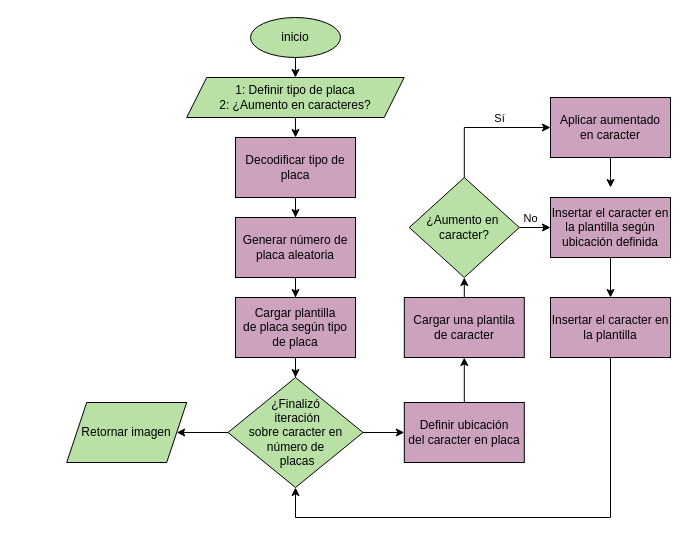
This is doc/cap1/dibujos/generacion-de-imagen-sintetica.drawio from jcorea510/TFG-ANPR, a draw.io file, before an edit. Source tidied: cells renumbered, new cells numbered last; positions are measured from the earlier drawing's top-left corner, leaving out a move shared by most shapes. Both pictures are drawn from the tidied source at 100%, with x=0, y=0 at pixel (66, 17).
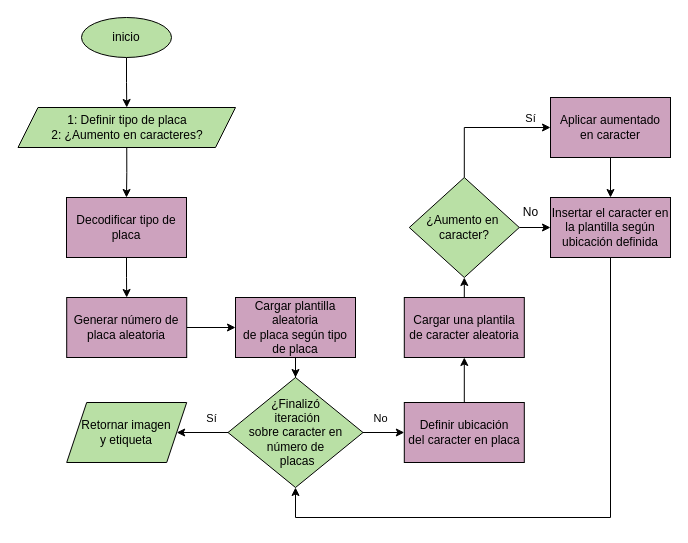
Above is the later version.

The change refers to these unchanged cells:
```xml
<mxCell id="10" style="edgeStyle=orthogonalEdgeStyle;rounded=0;jettySize=auto;html=1;entryX=0;entryY=0.5;entryDx=0;entryDy=0;fontColor=#000000;" parent="1" edge="1" source="12" target="14">
  <mxGeometry relative="1" as="geometry" />
</mxCell>
<mxCell id="11" style="edgeStyle=orthogonalEdgeStyle;rounded=0;jettySize=auto;html=1;entryX=1;entryY=0.5;entryDx=0;entryDy=0;fontColor=#000000;" parent="1" edge="1" source="12" target="30">
  <mxGeometry relative="1" as="geometry" />
</mxCell>
<mxCell id="12" value="¿Finalizó&lt;div&gt;&amp;nbsp;iteración&lt;div&gt;&amp;nbsp;sobre caracter en&amp;nbsp;&lt;/div&gt;&lt;div&gt;número de&lt;/div&gt;&lt;div&gt;&amp;nbsp;placas&lt;/div&gt;&lt;/div&gt;" style="rhombus;whiteSpace=wrap;html=1;fontColor=#000000;fillColor=#B9E0A5;strokeColor=#000000;" parent="1" vertex="1">
  <mxGeometry x="161.5" y="360" width="135" height="110" as="geometry" />
</mxCell>
<mxCell id="20" value="Insertar el caracter en la plantilla según ubicación definida" style="rounded=0;whiteSpace=wrap;html=1;fontColor=#000000;fillColor=#CDA2BE;strokeColor=#000000;" parent="1" vertex="1">
  <mxGeometry x="484" y="180" width="120" height="60" as="geometry" />
</mxCell>
<mxCell id="21" style="edgeStyle=orthogonalEdgeStyle;rounded=0;jettySize=auto;html=1;entryX=0;entryY=0.5;entryDx=0;entryDy=0;exitX=0.5;exitY=0;exitDx=0;exitDy=0;fontColor=#000000;" parent="1" edge="1" source="25" target="27">
  <mxGeometry relative="1" as="geometry" />
</mxCell>
<mxCell id="23" style="edgeStyle=orthogonalEdgeStyle;rounded=0;jettySize=auto;html=1;entryX=0;entryY=0.5;entryDx=0;entryDy=0;fontColor=#000000;" parent="1" edge="1" source="25" target="20">
  <mxGeometry relative="1" as="geometry" />
</mxCell>
<mxCell id="27" value="Aplicar aumentado&lt;div&gt;en caracter&lt;/div&gt;" style="rounded=0;whiteSpace=wrap;html=1;fontColor=#000000;fillColor=#CDA2BE;strokeColor=#000000;" parent="1" vertex="1">
  <mxGeometry x="484" y="80" width="120" height="60" as="geometry" />
</mxCell>
```

The edit, as a diff of the source:
```diff
@@
     <mxCell id="3" value="inicio" style="ellipse;whiteSpace=wrap;html=1;fontColor=#000000;fillColor=#B9E0A5;strokeColor=#000000;" parent="1" vertex="1">
-      <mxGeometry x="184" width="90" height="40" as="geometry" />
+      <mxGeometry x="15" width="90" height="40" as="geometry" />
     </mxCell>
@@
     <mxCell id="5" value="Decodificar tipo de placa" style="rounded=0;whiteSpace=wrap;html=1;fontColor=#000000;fillColor=#CDA2BE;strokeColor=#000000;" parent="1" vertex="1">
-      <mxGeometry x="169" y="120" width="120" height="60" as="geometry" />
+      <mxGeometry y="180" width="120" height="60" as="geometry" />
     </mxCell>
@@
     <mxCell id="7" value="1: Definir tipo de placa&lt;div&gt;2: ¿Aumento en caracteres?&lt;/div&gt;" style="shape=parallelogram;perimeter=parallelogramPerimeter;whiteSpace=wrap;html=1;fixedSize=1;fontColor=#000000;fillColor=#B9E0A5;strokeColor=#000000;" parent="1" vertex="1">
-      <mxGeometry x="120.2" y="60" width="217.5" height="40" as="geometry" />
+      <mxGeometry x="-48.5" y="90" width="217.5" height="40" as="geometry" />
     </mxCell>
-    <mxCell id="8" style="edgeStyle=orthogonalEdgeStyle;rounded=0;jettySize=auto;html=1;entryX=0.5;entryY=0;entryDx=0;entryDy=0;fontColor=#000000;" parent="1" edge="1" source="9" target="18">
+    <mxCell id="8" style="edgeStyle=orthogonalEdgeStyle;rounded=0;jettySize=auto;html=1;entryX=0;entryY=0.5;entryDx=0;entryDy=0;" parent="1" edge="1" source="9" target="18">
       <mxGeometry relative="1" as="geometry" />
     </mxCell>
     <mxCell id="9" value="Generar número de placa aleatoria" style="rounded=0;whiteSpace=wrap;html=1;fontColor=#000000;fillColor=#CDA2BE;strokeColor=#000000;" parent="1" vertex="1">
-      <mxGeometry x="169" y="200" width="120" height="60" as="geometry" />
+      <mxGeometry x="0.2" y="280" width="120" height="60" as="geometry" />
     </mxCell>
@@
+    <mxCell id="31" value="No" style="edgeLabel;html=1;align=center;verticalAlign=middle;" parent="10" vertex="1">
+      <mxGeometry x="-0.16" relative="1" as="geometry">
+        <mxPoint y="-15" as="offset" />
+      </mxGeometry>
+    </mxCell>
@@
+    <mxCell id="32" value="Sí" style="edgeLabel;html=1;align=center;verticalAlign=middle;" parent="11" vertex="1">
+      <mxGeometry x="-0.2" y="-1" relative="1" as="geometry">
+        <mxPoint x="4" y="-14" as="offset" />
+      </mxGeometry>
+    </mxCell>
@@
-    <mxCell id="16" value="Cargar una plantila&lt;div&gt;de caracter&lt;/div&gt;" style="rounded=0;whiteSpace=wrap;html=1;fontColor=#000000;fillColor=#CDA2BE;strokeColor=#000000;" parent="1" vertex="1">
+    <mxCell id="16" value="Cargar una plantila&lt;div&gt;de caracter aleatoria&lt;/div&gt;" style="rounded=0;whiteSpace=wrap;html=1;fontColor=#000000;fillColor=#CDA2BE;strokeColor=#000000;" parent="1" vertex="1">
       <mxGeometry x="337.8" y="280" width="120" height="60" as="geometry" />
     </mxCell>
@@
-    <mxCell id="18" value="Cargar plantilla&lt;div&gt;de placa según tipo&lt;/div&gt;&lt;div&gt;de placa&lt;/div&gt;" style="rounded=0;whiteSpace=wrap;html=1;fontColor=#000000;fillColor=#CDA2BE;strokeColor=#000000;" parent="1" vertex="1">
+    <mxCell id="18" value="Cargar plantilla aleatoria&lt;div&gt;de placa según tipo&lt;/div&gt;&lt;div&gt;de placa&lt;/div&gt;" style="rounded=0;whiteSpace=wrap;html=1;fontColor=#000000;fillColor=#CDA2BE;strokeColor=#000000;" parent="1" vertex="1">
       <mxGeometry x="169" y="280" width="120" height="60" as="geometry" />
     </mxCell>
-    <mxCell id="19" style="edgeStyle=orthogonalEdgeStyle;rounded=0;jettySize=auto;html=1;entryX=0.5;entryY=0;entryDx=0;entryDy=0;fontColor=#000000;" parent="1" edge="1" source="20" target="29">
-      <mxGeometry relative="1" as="geometry" />
-    </mxCell>
@@
-    <mxCell id="22" value="Sí" style="edgeLabel;html=1;align=center;verticalAlign=middle;fontColor=#000000;" parent="21" vertex="1">
-      <mxGeometry x="0.25" y="-1" relative="1" as="geometry">
-        <mxPoint y="-11" as="offset" />
-      </mxGeometry>
-    </mxCell>
+    <mxCell id="33" value="Sí" style="edgeLabel;html=1;align=center;verticalAlign=middle;" parent="21" vertex="1">
+      <mxGeometry x="-0.62" y="1" relative="1" as="geometry">
+        <mxPoint x="67" y="-34" as="offset" />
+      </mxGeometry>
+    </mxCell>
@@
-    <mxCell id="24" value="No" style="edgeLabel;html=1;align=center;verticalAlign=middle;fontColor=#000000;" parent="23" vertex="1">
-      <mxGeometry x="-0.63" y="-1" relative="1" as="geometry">
-        <mxPoint x="2" y="-11" as="offset" />
-      </mxGeometry>
-    </mxCell>
@@
-    <mxCell id="26" style="edgeStyle=orthogonalEdgeStyle;rounded=0;jettySize=auto;html=1;fontColor=#000000;" parent="1" edge="1" source="27">
-      <mxGeometry relative="1" as="geometry">
-        <mxPoint x="544" y="170" as="targetPoint" />
-      </mxGeometry>
+    <mxCell id="26" style="edgeStyle=orthogonalEdgeStyle;rounded=0;jettySize=auto;html=1;fontColor=#000000;entryX=0.5;entryY=0;entryDx=0;entryDy=0;" parent="1" edge="1" source="27" target="20">
+      <mxGeometry relative="1" as="geometry" />
     </mxCell>
@@
-    <mxCell id="28" style="edgeStyle=orthogonalEdgeStyle;rounded=0;jettySize=auto;html=1;entryX=0.5;entryY=1;entryDx=0;entryDy=0;fontColor=#000000;" parent="1" edge="1" source="29" target="12">
+    <mxCell id="28" style="edgeStyle=orthogonalEdgeStyle;rounded=0;jettySize=auto;html=1;entryX=0.5;entryY=1;entryDx=0;entryDy=0;fontColor=#000000;exitX=0.5;exitY=1;exitDx=0;exitDy=0;" parent="1" edge="1" source="20" target="12">
       <mxGeometry relative="1" as="geometry">
         <Array as="points">
           <mxPoint x="544" y="500" />
           <mxPoint x="229" y="500" />
         </Array>
       </mxGeometry>
     </mxCell>
-    <mxCell id="29" value="Insertar el caracter en la plantilla" style="rounded=0;whiteSpace=wrap;html=1;fontColor=#000000;fillColor=#CDA2BE;strokeColor=#000000;" parent="1" vertex="1">
-      <mxGeometry x="484" y="280" width="120" height="60" as="geometry" />
-    </mxCell>
-    <mxCell id="30" value="Retornar imagen" style="shape=parallelogram;perimeter=parallelogramPerimeter;whiteSpace=wrap;html=1;fixedSize=1;fontColor=#000000;fillColor=#B9E0A5;strokeColor=#000000;" parent="1" vertex="1">
+    <mxCell id="30" value="Retornar imagen&lt;div&gt;y etiqueta&lt;/div&gt;" style="shape=parallelogram;perimeter=parallelogramPerimeter;whiteSpace=wrap;html=1;fixedSize=1;fontColor=#000000;fillColor=#B9E0A5;strokeColor=#000000;" parent="1" vertex="1">
       <mxGeometry x="0.2" y="385" width="120" height="60" as="geometry" />
     </mxCell>
+    <mxCell id="34" value="No" style="text;html=1;align=center;verticalAlign=middle;strokeColor=none;fillColor=none;" parent="1" vertex="1">
+      <mxGeometry x="444" y="180" width="40" height="30" as="geometry" />
+    </mxCell>
```
